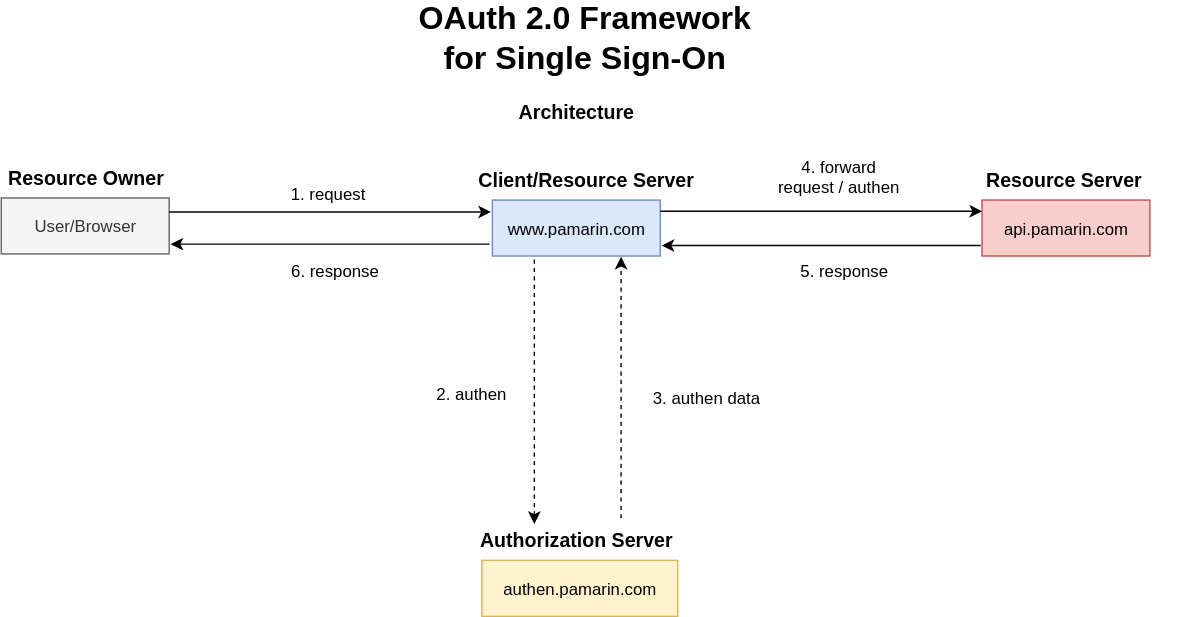
Above: document/authentication/authentication-architecture.svg in emeraldtechco/developer.pamarin.com (draw.io), before the change. Source tidied: cells renumbered, new cells last; positions are measured from the earlier drawing's top-left corner, leaving out a move shared by most shapes. Source of this version:
```xml
<mxGraphModel>
  <root>
    <mxCell id="0" />
    <mxCell id="1" parent="0" />
    <mxCell id="2" value="User/Browser" style="rounded=0;whiteSpace=wrap;html=1;fillColor=#f5f5f5;strokeColor=#666666;fontColor=#333333;" parent="1" vertex="1">
      <mxGeometry y="125" width="120" height="40" as="geometry" />
    </mxCell>
    <mxCell id="3" value="&lt;b&gt;&lt;font style=&quot;font-size: 14px&quot;&gt;Resource Owner&lt;/font&gt;&lt;/b&gt;" style="text;html=1;strokeColor=none;fillColor=none;align=center;verticalAlign=middle;whiteSpace=wrap;rounded=0;" parent="1" vertex="1">
      <mxGeometry x="2" y="100" width="116" height="20" as="geometry" />
    </mxCell>
    <mxCell id="4" value="www.pamarin.com" style="rounded=0;whiteSpace=wrap;html=1;fillColor=#dae8fc;strokeColor=#6c8ebf;" parent="1" vertex="1">
      <mxGeometry x="351" y="126.5" width="120" height="40" as="geometry" />
    </mxCell>
    <mxCell id="5" value="&lt;b&gt;&lt;font style=&quot;font-size: 14px&quot;&gt;Client/Resource Server&lt;/font&gt;&lt;/b&gt;" style="text;html=1;strokeColor=none;fillColor=none;align=center;verticalAlign=middle;whiteSpace=wrap;rounded=0;" parent="1" vertex="1">
      <mxGeometry x="329" y="101.5" width="177" height="20" as="geometry" />
    </mxCell>
    <mxCell id="6" value="api.pamarin.com" style="rounded=0;whiteSpace=wrap;html=1;fillColor=#f8cecc;strokeColor=#b85450;" parent="1" vertex="1">
      <mxGeometry x="701" y="126.5" width="120" height="40" as="geometry" />
    </mxCell>
    <mxCell id="7" value="&lt;b&gt;&lt;font style=&quot;font-size: 14px&quot;&gt;Resource Server&lt;/font&gt;&lt;/b&gt;" style="text;html=1;strokeColor=none;fillColor=none;align=center;verticalAlign=middle;whiteSpace=wrap;rounded=0;" parent="1" vertex="1">
      <mxGeometry x="671" y="101.5" width="177" height="20" as="geometry" />
    </mxCell>
    <mxCell id="8" value="authen.pamarin.com" style="rounded=0;whiteSpace=wrap;html=1;fillColor=#fff2cc;strokeColor=#d6b656;" parent="1" vertex="1">
      <mxGeometry x="343.5" y="384" width="140" height="40" as="geometry" />
    </mxCell>
    <mxCell id="9" value="&lt;b&gt;&lt;font style=&quot;font-size: 14px&quot;&gt;Authorization Server&lt;/font&gt;&lt;/b&gt;" style="text;html=1;strokeColor=none;fillColor=none;align=center;verticalAlign=middle;whiteSpace=wrap;rounded=0;" parent="1" vertex="1">
      <mxGeometry x="322.5" y="359" width="177" height="20" as="geometry" />
    </mxCell>
    <mxCell id="10" value="&lt;b style=&quot;font-size: 23px&quot;&gt;&lt;font style=&quot;font-size: 23px&quot;&gt;OAuth 2.0 Framework &lt;br&gt;for Single Sign-On &lt;br&gt;&lt;/font&gt;&lt;/b&gt;" style="text;html=1;strokeColor=none;fillColor=none;align=center;verticalAlign=middle;whiteSpace=wrap;rounded=0;" parent="1" vertex="1">
      <mxGeometry x="292" width="250" height="20" as="geometry" />
    </mxCell>
    <mxCell id="11" value="&lt;b&gt;&lt;font style=&quot;font-size: 14px&quot;&gt;Architecture&lt;/font&gt;&lt;/b&gt;" style="text;html=1;strokeColor=none;fillColor=none;align=center;verticalAlign=middle;whiteSpace=wrap;rounded=0;" parent="1" vertex="1">
      <mxGeometry x="311" y="53" width="200" height="20" as="geometry" />
    </mxCell>
    <mxCell id="12" style="endArrow=classic;html=1;" parent="1" edge="1">
      <mxGeometry relative="1" as="geometry">
        <mxPoint x="120" y="135" as="sourcePoint" />
        <mxPoint x="350" y="135" as="targetPoint" />
      </mxGeometry>
    </mxCell>
    <mxCell id="13" style="endArrow=classic;html=1;" parent="1" edge="1">
      <mxGeometry relative="1" as="geometry">
        <mxPoint x="471" y="134.5" as="sourcePoint" />
        <mxPoint x="701" y="134.5" as="targetPoint" />
      </mxGeometry>
    </mxCell>
    <mxCell id="14" style="endArrow=classic;html=1;dashed=1;" parent="1" edge="1">
      <mxGeometry relative="1" as="geometry">
        <mxPoint x="381" y="169" as="sourcePoint" />
        <mxPoint x="381" y="358" as="targetPoint" />
      </mxGeometry>
    </mxCell>
    <mxCell id="15" style="endArrow=classic;html=1;" parent="1" edge="1">
      <mxGeometry relative="1" as="geometry">
        <mxPoint x="349" y="158" as="sourcePoint" />
        <mxPoint x="121" y="158" as="targetPoint" />
      </mxGeometry>
    </mxCell>
    <mxCell id="16" style="endArrow=classic;html=1;" parent="1" edge="1">
      <mxGeometry relative="1" as="geometry">
        <mxPoint x="700" y="159" as="sourcePoint" />
        <mxPoint x="472" y="159" as="targetPoint" />
      </mxGeometry>
    </mxCell>
    <mxCell id="17" style="endArrow=classic;html=1;dashed=1;" parent="1" edge="1">
      <mxGeometry relative="1" as="geometry">
        <mxPoint x="443" y="354" as="sourcePoint" />
        <mxPoint x="443" y="167" as="targetPoint" />
      </mxGeometry>
    </mxCell>
    <mxCell id="18" value="6. response" style="text;html=1;strokeColor=none;fillColor=none;align=center;verticalAlign=middle;whiteSpace=wrap;rounded=0;" parent="1" vertex="1">
      <mxGeometry x="203" y="167" width="70" height="20" as="geometry" />
    </mxCell>
    <mxCell id="19" value="1. request" style="text;html=1;strokeColor=none;fillColor=none;align=center;verticalAlign=middle;whiteSpace=wrap;rounded=0;" parent="1" vertex="1">
      <mxGeometry x="203" y="112" width="60" height="20" as="geometry" />
    </mxCell>
    <mxCell id="20" value="2. authen" style="text;html=1;strokeColor=none;fillColor=none;align=center;verticalAlign=middle;whiteSpace=wrap;rounded=0;" parent="1" vertex="1">
      <mxGeometry x="303" y="255" width="66" height="20" as="geometry" />
    </mxCell>
    <mxCell id="21" value="3. authen data" style="text;html=1;strokeColor=none;fillColor=none;align=center;verticalAlign=middle;whiteSpace=wrap;rounded=0;" parent="1" vertex="1">
      <mxGeometry x="455" y="258" width="98" height="20" as="geometry" />
    </mxCell>
    <mxCell id="22" value="4. forward &lt;br&gt;request / authen" style="text;html=1;strokeColor=none;fillColor=none;align=center;verticalAlign=middle;whiteSpace=wrap;rounded=0;" parent="1" vertex="1">
      <mxGeometry x="553" y="100" width="90" height="20" as="geometry" />
    </mxCell>
    <mxCell id="23" value="5. response" style="text;html=1;strokeColor=none;fillColor=none;align=center;verticalAlign=middle;whiteSpace=wrap;rounded=0;" parent="1" vertex="1">
      <mxGeometry x="567" y="167" width="70" height="20" as="geometry" />
    </mxCell>
  </root>
</mxGraphModel>
```
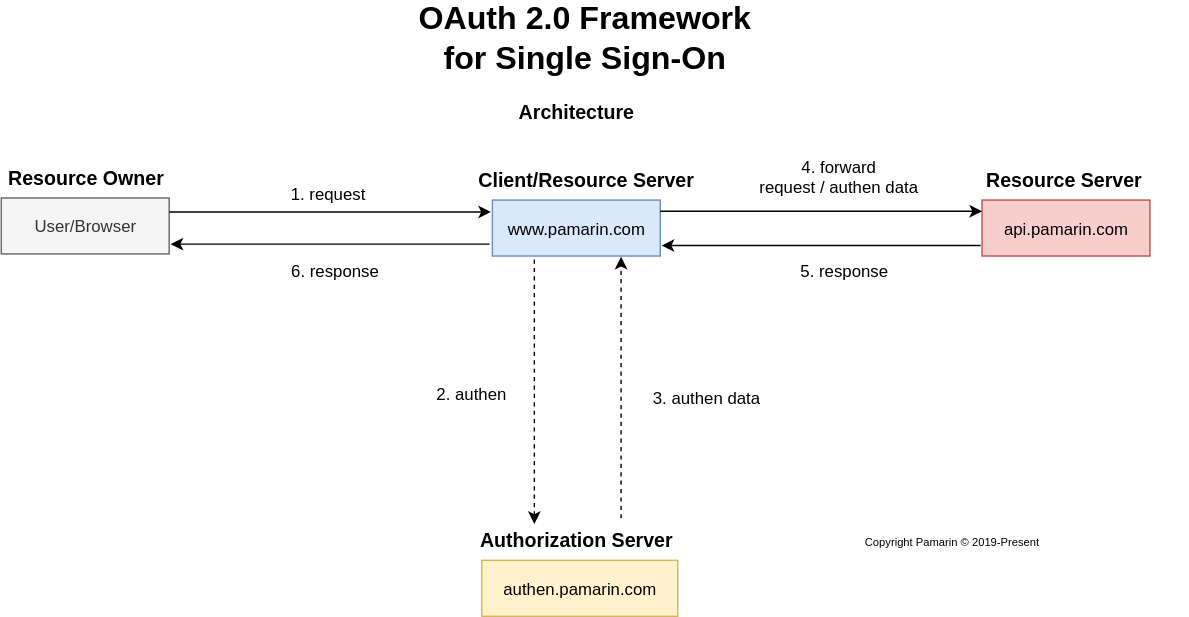
Above is the later version.

Change to the diagram source:
```diff
@@ -80,11 +80,14 @@
     <mxCell id="21" value="3. authen data" style="text;html=1;strokeColor=none;fillColor=none;align=center;verticalAlign=middle;whiteSpace=wrap;rounded=0;" parent="1" vertex="1">
       <mxGeometry x="455" y="258" width="98" height="20" as="geometry" />
     </mxCell>
-    <mxCell id="22" value="4. forward &lt;br&gt;request / authen" style="text;html=1;strokeColor=none;fillColor=none;align=center;verticalAlign=middle;whiteSpace=wrap;rounded=0;" parent="1" vertex="1">
-      <mxGeometry x="553" y="100" width="90" height="20" as="geometry" />
+    <mxCell id="22" value="4. forward &lt;br&gt;request / authen data" style="text;html=1;strokeColor=none;fillColor=none;align=center;verticalAlign=middle;whiteSpace=wrap;rounded=0;" parent="1" vertex="1">
+      <mxGeometry x="523" y="100" width="150" height="20" as="geometry" />
     </mxCell>
     <mxCell id="23" value="5. response" style="text;html=1;strokeColor=none;fillColor=none;align=center;verticalAlign=middle;whiteSpace=wrap;rounded=0;" parent="1" vertex="1">
       <mxGeometry x="567" y="167" width="70" height="20" as="geometry" />
     </mxCell>
+    <mxCell id="24" value="&lt;font style=&quot;font-size: 8px&quot;&gt;Copyright Pamarin © 2019-Present&lt;/font&gt;" style="text;html=1;strokeColor=none;fillColor=none;align=center;verticalAlign=middle;whiteSpace=wrap;rounded=0;" parent="1" vertex="1">
+      <mxGeometry x="543" y="359" width="271" height="20" as="geometry" />
+    </mxCell>
   </root>
 </mxGraphModel>
```
